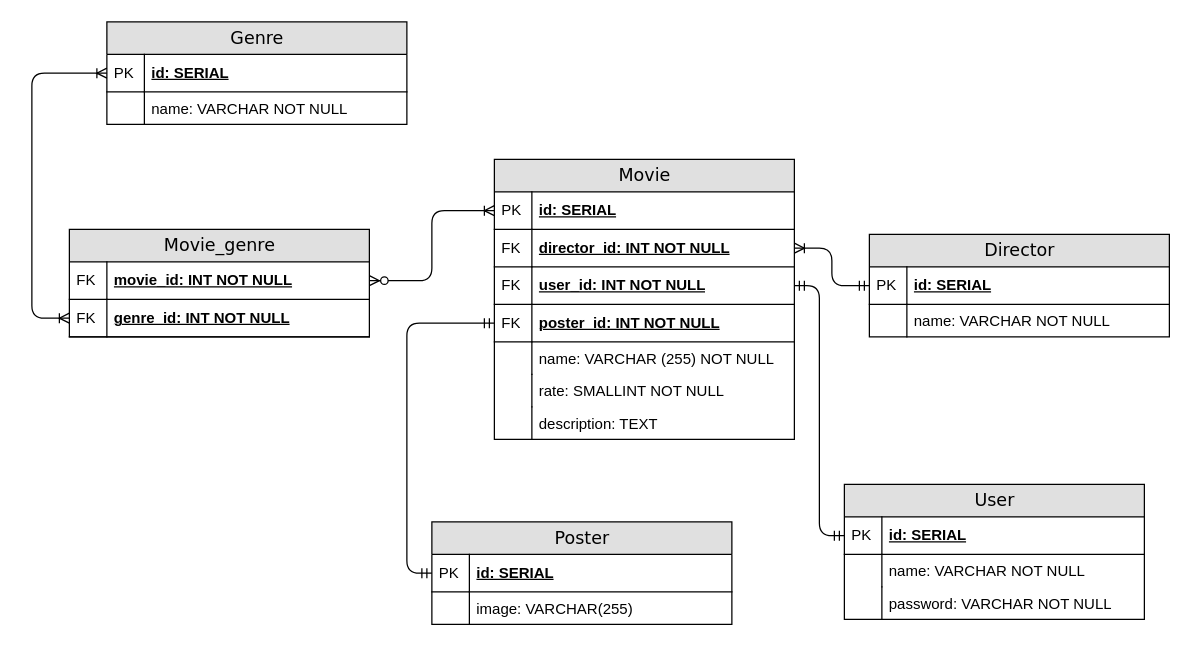
Above: db-diagrams/film_api.drawio in banchinche/film-library (draw.io), before the change. Source tidied: cells renumbered, new cells numbered last; positions are measured from the earlier drawing's top-left corner, leaving out a move shared by most shapes. Both pictures are drawn from the tidied source at 125%, with x=0, y=0 at pixel (31, 21).
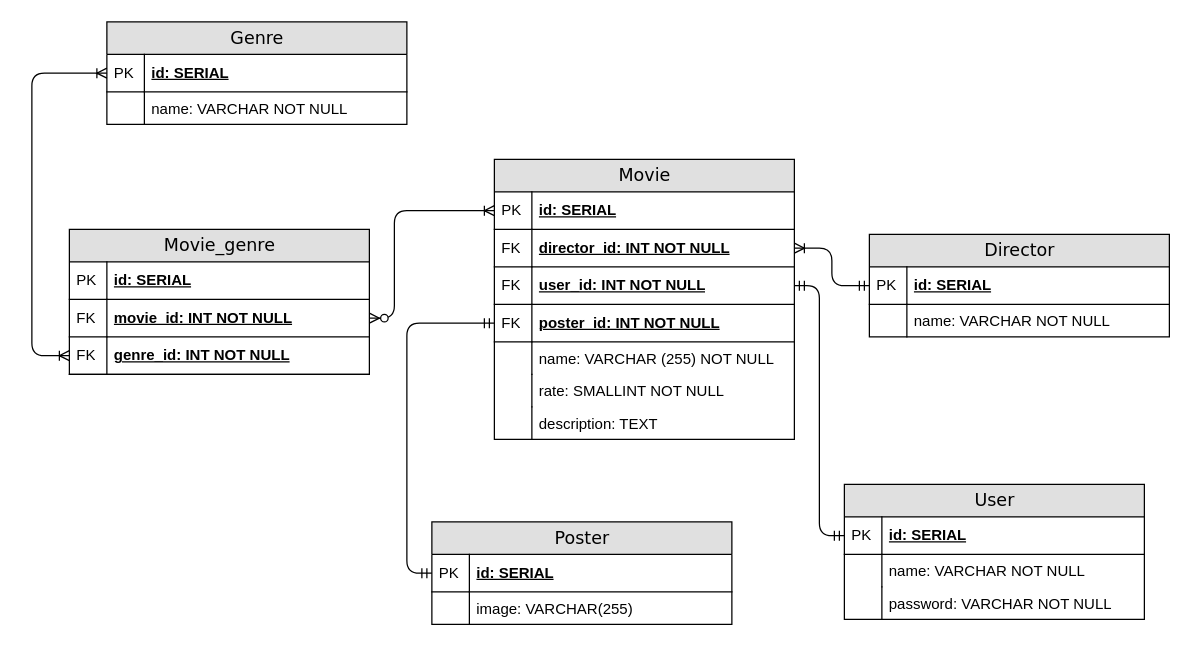
The same diagram, later.

Commit message:
Added primary key for genre_movie table (alchemy req)

Unchanged cells that the change refers to:
```xml
<mxCell id="8" value="id: SERIAL" style="shape=partialRectangle;top=0;left=0;right=0;bottom=1;html=1;align=left;verticalAlign=middle;fillColor=none;spacingLeft=34;spacingRight=4;whiteSpace=wrap;overflow=hidden;points=[[0,0.5],[1,0.5]];portConstraint=eastwest;fontStyle=5;strokeColor=#000000;fontColor=#000000;" parent="7" vertex="1">
  <mxGeometry y="26" width="240" height="30" as="geometry" />
</mxCell>
<mxCell id="23" value="id: SERIAL" style="shape=partialRectangle;top=0;left=0;right=0;bottom=1;html=1;align=left;verticalAlign=middle;fillColor=none;spacingLeft=34;spacingRight=4;whiteSpace=wrap;overflow=hidden;points=[[0,0.5],[1,0.5]];portConstraint=eastwest;fontStyle=5;strokeColor=#000000;fontColor=#000000;" parent="22" vertex="1">
  <mxGeometry y="26" width="240" height="30" as="geometry" />
</mxCell>
```

Change to the diagram source:
```diff
@@
     <mxCell id="2" value="Movie_genre" style="swimlane;html=1;fontStyle=0;horizontal=1;startSize=26;fillColor=#e0e0e0;swimlaneFillColor=#ffffff;align=center;rounded=0;shadow=0;comic=0;labelBackgroundColor=none;strokeWidth=1;fontFamily=Verdana;fontSize=14;swimlaneLine=1;strokeColor=#000000;fontColor=#000000;" parent="1" vertex="1">
-      <mxGeometry x="30" y="166" width="240" height="86" as="geometry" />
+      <mxGeometry x="30" y="166" width="240" height="116" as="geometry" />
     </mxCell>
+    <mxCell id="49" value="id: SERIAL" style="shape=partialRectangle;top=0;left=0;right=0;bottom=1;html=1;align=left;verticalAlign=middle;fillColor=none;spacingLeft=34;spacingRight=4;whiteSpace=wrap;overflow=hidden;fontStyle=5;strokeColor=#000000;fontColor=#000000;" parent="2" vertex="1">
+      <mxGeometry y="26" width="240" height="30" as="geometry" />
+    </mxCell>
+    <mxCell id="50" value="PK" style="shape=partialRectangle;top=0;left=0;bottom=0;html=1;fillColor=none;align=left;verticalAlign=middle;spacingLeft=4;spacingRight=4;whiteSpace=wrap;overflow=hidden;strokeColor=#000000;fontColor=#000000;" parent="49" vertex="1">
+      <mxGeometry width="30" height="30" as="geometry" />
+    </mxCell>
     <mxCell id="3" value="movie_id: INT NOT NULL" style="shape=partialRectangle;top=0;left=0;right=0;bottom=1;html=1;align=left;verticalAlign=middle;fillColor=none;spacingLeft=34;spacingRight=4;whiteSpace=wrap;overflow=hidden;points=[[0,0.5],[1,0.5]];portConstraint=eastwest;fontStyle=5;strokeColor=#000000;fontColor=#000000;" parent="2" vertex="1">
-      <mxGeometry y="26" width="240" height="30" as="geometry" />
+      <mxGeometry y="56" width="240" height="30" as="geometry" />
     </mxCell>
@@
     <mxCell id="5" value="genre_id: INT NOT NULL" style="shape=partialRectangle;top=0;left=0;right=0;bottom=1;html=1;align=left;verticalAlign=middle;fillColor=none;spacingLeft=34;spacingRight=4;whiteSpace=wrap;overflow=hidden;points=[[0,0.5],[1,0.5]];portConstraint=eastwest;fontStyle=5;strokeColor=#000000;fontColor=#000000;" parent="2" vertex="1">
-      <mxGeometry y="56" width="240" height="30" as="geometry" />
+      <mxGeometry y="86" width="240" height="30" as="geometry" />
     </mxCell>
@@
     <mxCell id="47" style="edgeStyle=orthogonalEdgeStyle;fontSize=12;html=1;endArrow=ERoneToMany;startArrow=ERzeroToMany;exitX=1;exitY=0.5;exitDx=0;exitDy=0;entryX=0;entryY=0.5;entryDx=0;entryDy=0;strokeColor=#000000;fontColor=#000000;" parent="1" edge="1" source="3" target="8">
-      <mxGeometry relative="1" as="geometry" />
+      <mxGeometry relative="1" as="geometry">
+        <Array as="points">
+          <mxPoint x="290" y="237" />
+          <mxPoint x="290" y="151" />
+        </Array>
+      </mxGeometry>
     </mxCell>
-    <mxCell id="48" style="edgeStyle=orthogonalEdgeStyle;fontSize=12;html=1;endArrow=ERoneToMany;startArrow=ERoneToMany;exitX=0;exitY=0.5;exitDx=0;exitDy=0;entryX=0;entryY=0.5;entryDx=0;entryDy=0;strokeColor=#000000;fontColor=#000000;" parent="1" edge="1" source="5" target="23">
+    <mxCell id="48" style="edgeStyle=orthogonalEdgeStyle;fontSize=12;html=1;endArrow=ERoneToMany;startArrow=ERoneToMany;entryX=0;entryY=0.5;entryDx=0;entryDy=0;strokeColor=#000000;fontColor=#000000;exitX=0;exitY=0.5;exitDx=0;exitDy=0;" parent="1" edge="1" source="5" target="23">
       <mxGeometry relative="1" as="geometry">
         <Array as="points">
-          <mxPoint y="237" />
+          <mxPoint y="267" />
           <mxPoint y="41" />
         </Array>
       </mxGeometry>
     </mxCell>
```
